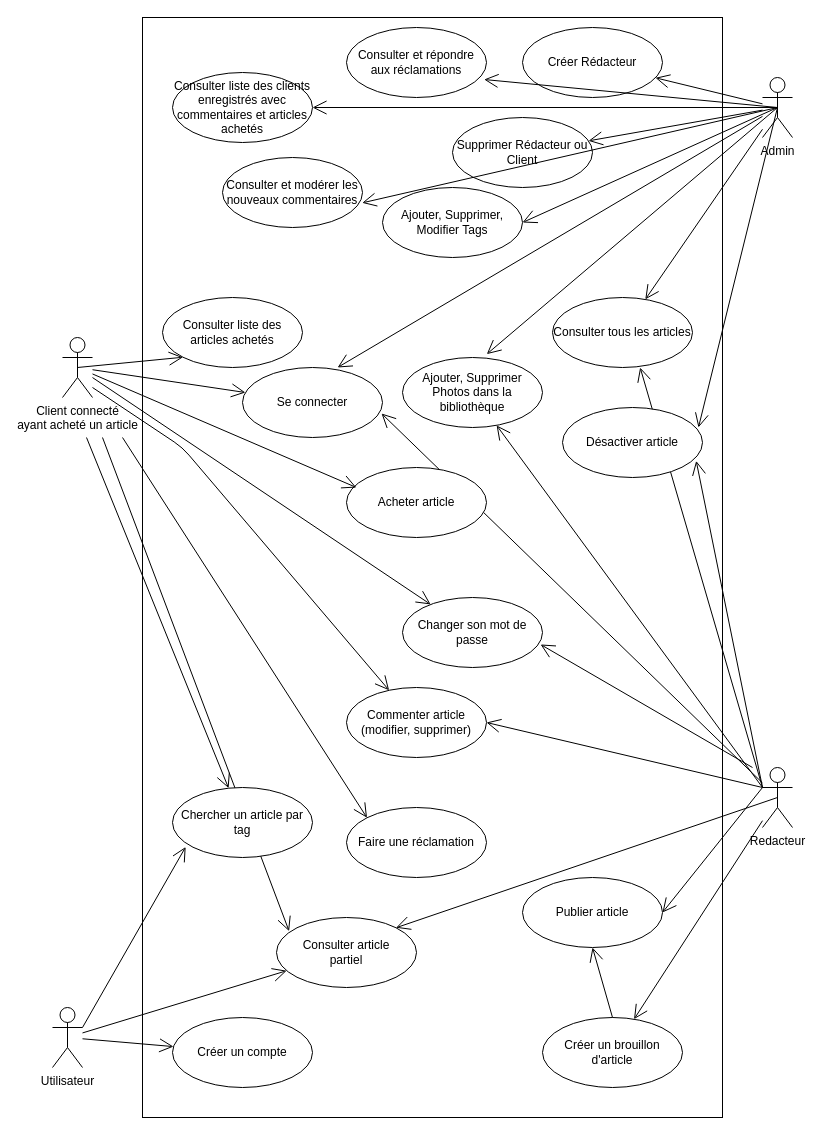
This is diagrams/Cas d utilisation.drawio from Wathil/POECNews, a draw.io file, before an edit. Source tidied: cells renumbered, new cells numbered last; positions are measured from the earlier drawing's top-left corner, leaving out a move shared by most shapes. Both pictures are drawn from the tidied source at 100%, with x=0, y=0 at pixel (52, 17).
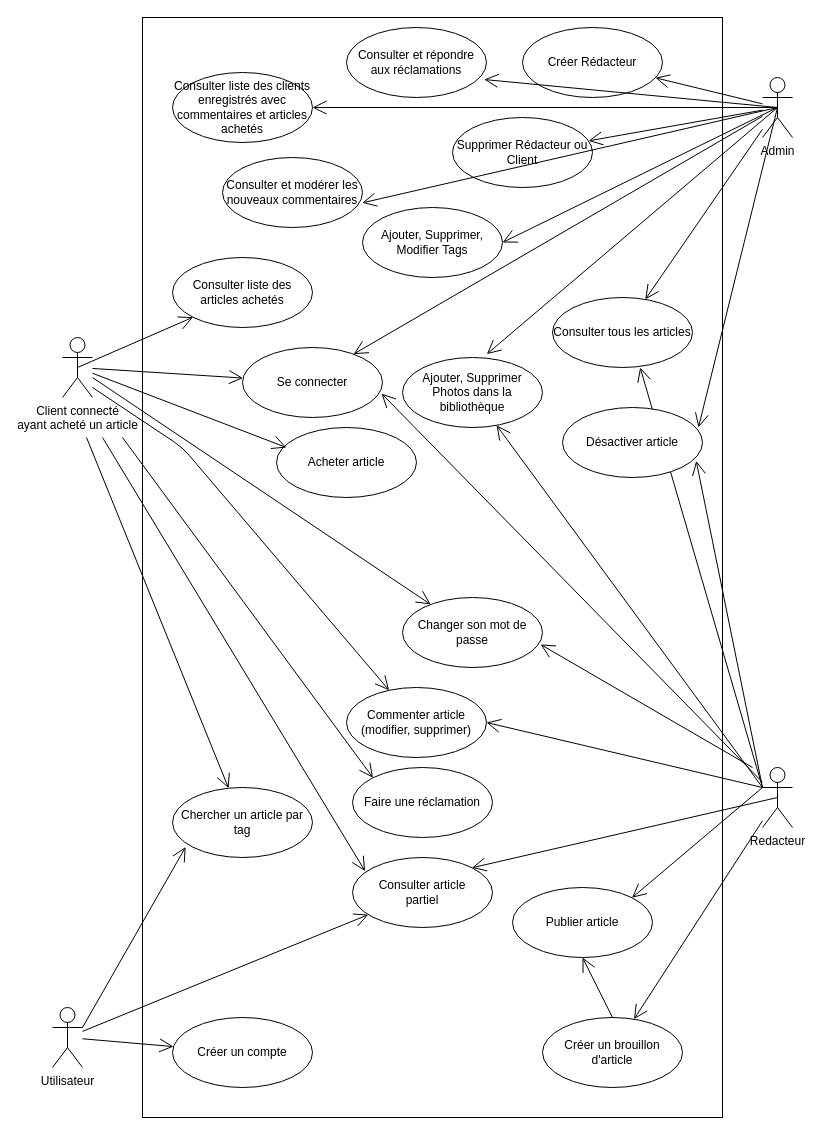
Above is the later version.

The change refers to these unchanged cells:
```xml
<mxCell id="4" value="Admin" style="shape=umlActor;verticalLabelPosition=bottom;verticalAlign=top;html=1;outlineConnect=0;" parent="1" vertex="1">
  <mxGeometry x="710" y="60" width="30" height="60" as="geometry" />
</mxCell>
<mxCell id="5" value="Redacteur" style="shape=umlActor;verticalLabelPosition=bottom;verticalAlign=top;html=1;outlineConnect=0;" parent="1" vertex="1">
  <mxGeometry x="710" y="750" width="30" height="60" as="geometry" />
</mxCell>
```

What changed in the source:
```diff
@@
     <mxCell id="9" value="Se connecter" style="ellipse;whiteSpace=wrap;html=1;" parent="1" vertex="1">
-      <mxGeometry x="190" y="350" width="140" height="70" as="geometry" />
+      <mxGeometry x="190" y="330" width="140" height="70" as="geometry" />
     </mxCell>
@@
-    <mxCell id="12" style="endArrow=open;endFill=1;endSize=12;html=1;entryX=0.679;entryY=0;entryDx=0;entryDy=0;entryPerimeter=0;" parent="1" edge="1" source="4" target="9">
+    <mxCell id="12" style="endArrow=open;endFill=1;endSize=12;html=1;entryX=0.793;entryY=0.095;entryDx=0;entryDy=0;entryPerimeter=0;" parent="1" edge="1" source="4" target="9">
       <mxGeometry relative="1" as="geometry" />
     </mxCell>
@@
     <mxCell id="15" value="Publier article" style="ellipse;whiteSpace=wrap;html=1;" parent="1" vertex="1">
-      <mxGeometry x="470" y="860" width="140" height="70" as="geometry" />
+      <mxGeometry x="460" y="870" width="140" height="70" as="geometry" />
     </mxCell>
-    <mxCell id="16" style="endArrow=open;endFill=1;endSize=12;html=1;exitX=0;exitY=0.3333333333333333;exitDx=0;exitDy=0;exitPerimeter=0;entryX=1;entryY=0.5;entryDx=0;entryDy=0;" parent="1" edge="1" source="5" target="15">
+    <mxCell id="16" style="endArrow=open;endFill=1;endSize=12;html=1;exitX=0;exitY=0.3333333333333333;exitDx=0;exitDy=0;exitPerimeter=0;entryX=1;entryY=0;entryDx=0;entryDy=0;" parent="1" edge="1" source="5" target="15">
       <mxGeometry relative="1" as="geometry" />
     </mxCell>
@@
     <mxCell id="18" value="Consulter article&lt;br&gt;partiel" style="ellipse;whiteSpace=wrap;html=1;" parent="1" vertex="1">
-      <mxGeometry x="224" y="900" width="140" height="70" as="geometry" />
+      <mxGeometry x="300" y="840" width="140" height="70" as="geometry" />
     </mxCell>
@@
     <mxCell id="21" value="Acheter article" style="ellipse;whiteSpace=wrap;html=1;" parent="1" vertex="1">
-      <mxGeometry x="294" y="450" width="140" height="70" as="geometry" />
+      <mxGeometry x="224" y="410" width="140" height="70" as="geometry" />
     </mxCell>
@@
     <mxCell id="26" value="Faire une réclamation" style="ellipse;whiteSpace=wrap;html=1;" parent="1" vertex="1">
-      <mxGeometry x="294" y="790" width="140" height="70" as="geometry" />
+      <mxGeometry x="300" y="750" width="140" height="70" as="geometry" />
     </mxCell>
@@
     <mxCell id="41" value="Consulter liste des articles achetés" style="ellipse;whiteSpace=wrap;html=1;" parent="1" vertex="1">
-      <mxGeometry x="110" y="280" width="140" height="70" as="geometry" />
+      <mxGeometry x="120" y="240" width="140" height="70" as="geometry" />
     </mxCell>
@@
     <mxCell id="55" value="Ajouter, Supprimer, Modifier Tags" style="ellipse;whiteSpace=wrap;html=1;" parent="1" vertex="1">
-      <mxGeometry x="330" y="170" width="140" height="70" as="geometry" />
+      <mxGeometry x="310" y="190" width="140" height="70" as="geometry" />
     </mxCell>
```
